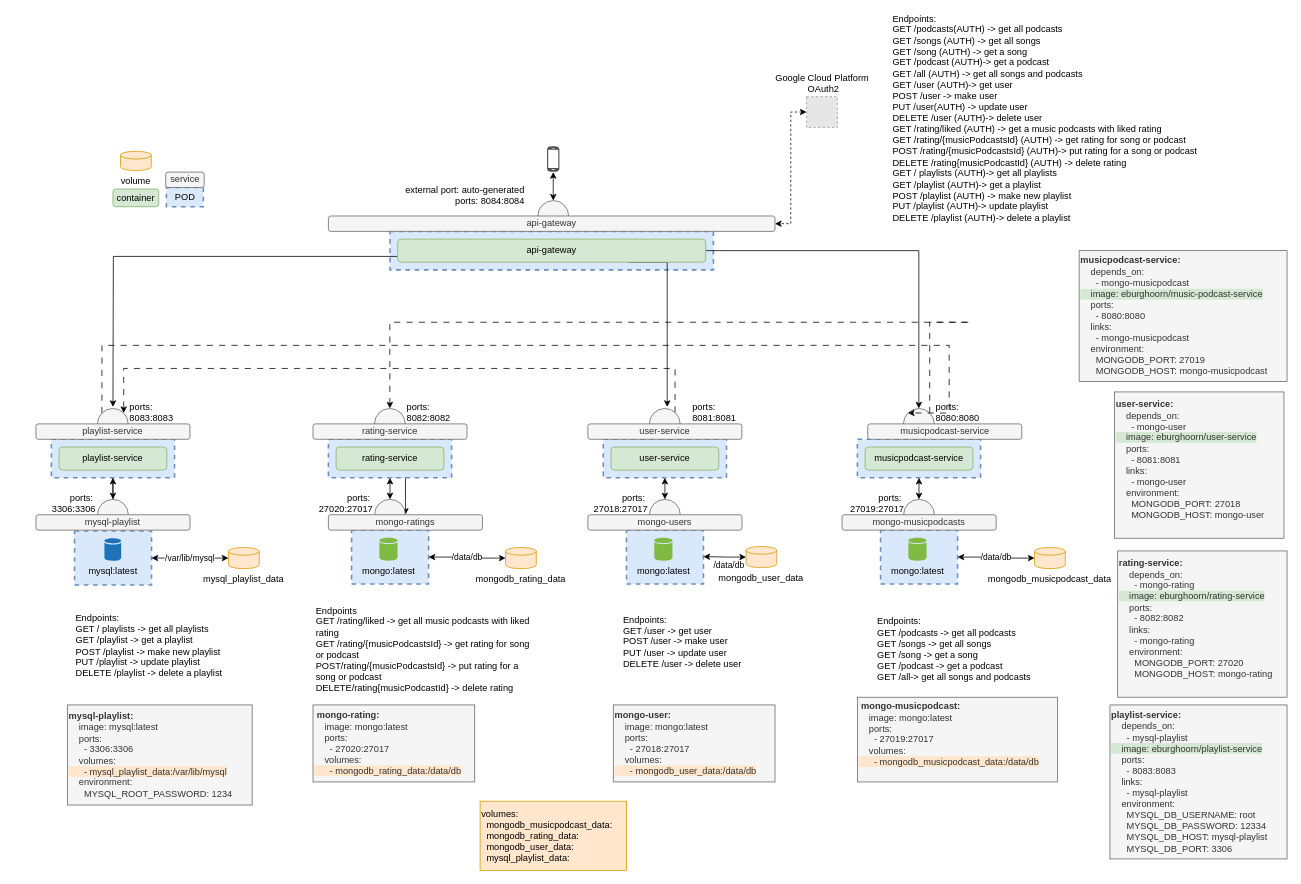
Earlier version of the draw.io diagram muziekservice.drawio (EvaBurghoorn/ProjectEDE_muziekservice). Source tidied: cells renumbered, new cells numbered last; positions are measured from the earlier drawing's top-left corner, leaving out a move shared by most shapes. Both pictures are drawn from the tidied source at 77%, with x=0, y=0 at pixel (13, 29). Pictures stored in the file or linked from it are replaced by grey dashed boxes.
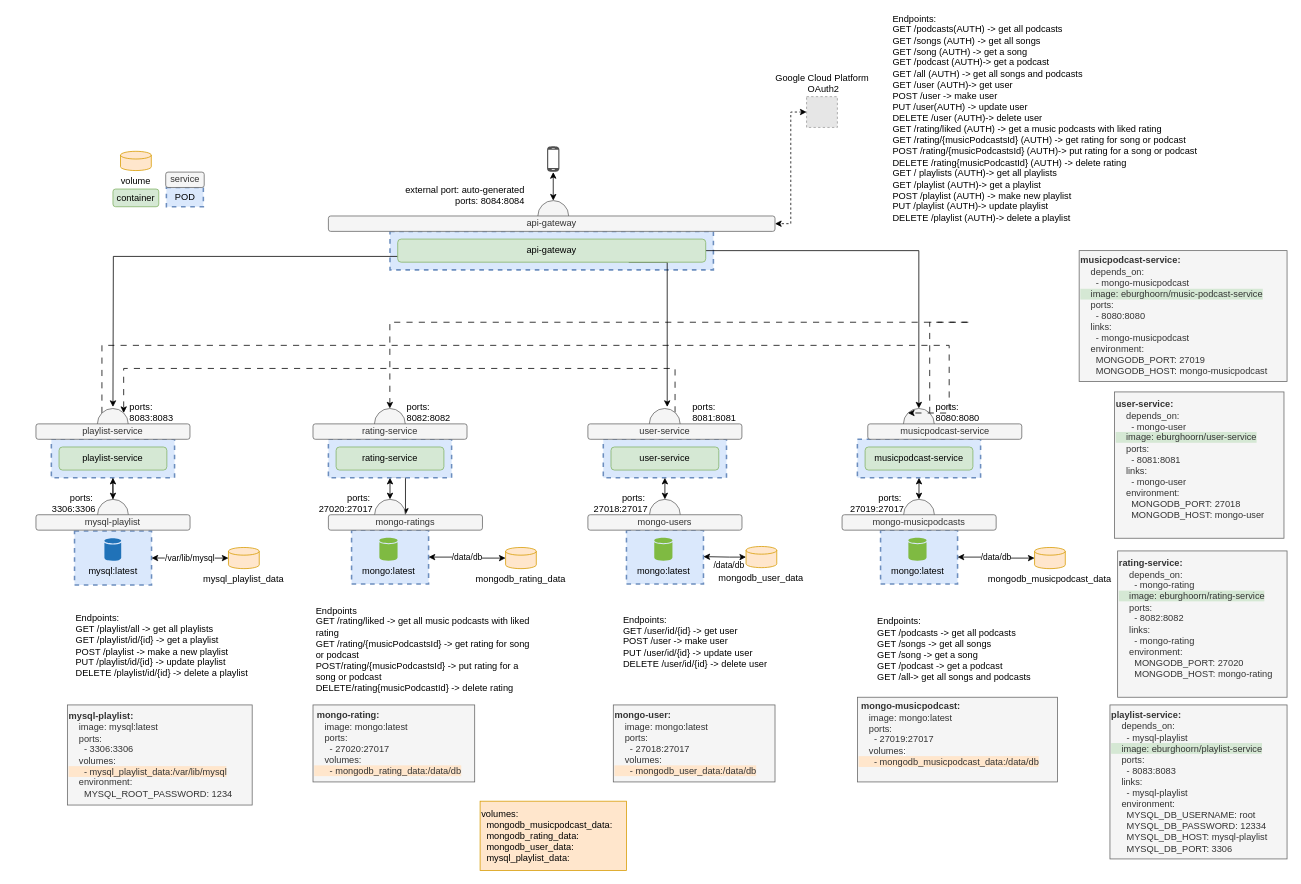
The same diagram, later.

Change to the diagram source:
```diff
@@
-    <mxCell id="74" value="Endpoints:&lt;br&gt;GET /user -&amp;gt; get user&lt;br&gt;POST /user -&amp;gt; make user&lt;br&gt;PUT /user -&amp;gt; update user&lt;br&gt;DELETE /user -&amp;gt; delete user" style="text;html=1;strokeColor=none;fillColor=none;align=left;verticalAlign=middle;whiteSpace=wrap;rounded=0;" parent="1" vertex="1">
+    <mxCell id="74" value="Endpoints:&lt;br&gt;GET /user/id/{id} -&amp;gt; get user&lt;br&gt;POST /user -&amp;gt; make user&lt;br&gt;PUT /user/id/{id} -&amp;gt; update user&lt;br&gt;DELETE /user/id/{id} -&amp;gt; delete user" style="text;html=1;strokeColor=none;fillColor=none;align=left;verticalAlign=middle;whiteSpace=wrap;rounded=0;" parent="1" vertex="1">
       <mxGeometry x="789.5" y="765" width="290" height="60" as="geometry" />
     </mxCell>
@@
-    <mxCell id="76" value="Endpoints:&lt;br&gt;GET / playlists -&amp;gt; get all playlists&lt;br&gt;GET /playlist -&amp;gt; get a playlist&lt;br&gt;POST /playlist -&amp;gt; make new playlist&lt;br&gt;PUT /playlist -&amp;gt; update playlist&lt;br&gt;DELETE /playlist -&amp;gt; delete a playlist" style="text;html=1;strokeColor=none;fillColor=none;align=left;verticalAlign=middle;whiteSpace=wrap;rounded=0;" parent="1" vertex="1">
+    <mxCell id="76" value="Endpoints:&lt;br&gt;GET /playlist/all -&amp;gt; get all playlists&lt;br&gt;GET /playlist/id/{id} -&amp;gt; get a playlist&lt;br&gt;POST /playlist -&amp;gt; make a new playlist&lt;br&gt;PUT /playlist/id/{id} -&amp;gt; update playlist&lt;br&gt;DELETE /playlist/id/{id} -&amp;gt; delete a playlist" style="text;html=1;strokeColor=none;fillColor=none;align=left;verticalAlign=middle;whiteSpace=wrap;rounded=0;" parent="1" vertex="1">
       <mxGeometry x="79.3" y="760" width="290" height="80" as="geometry" />
     </mxCell>
```
